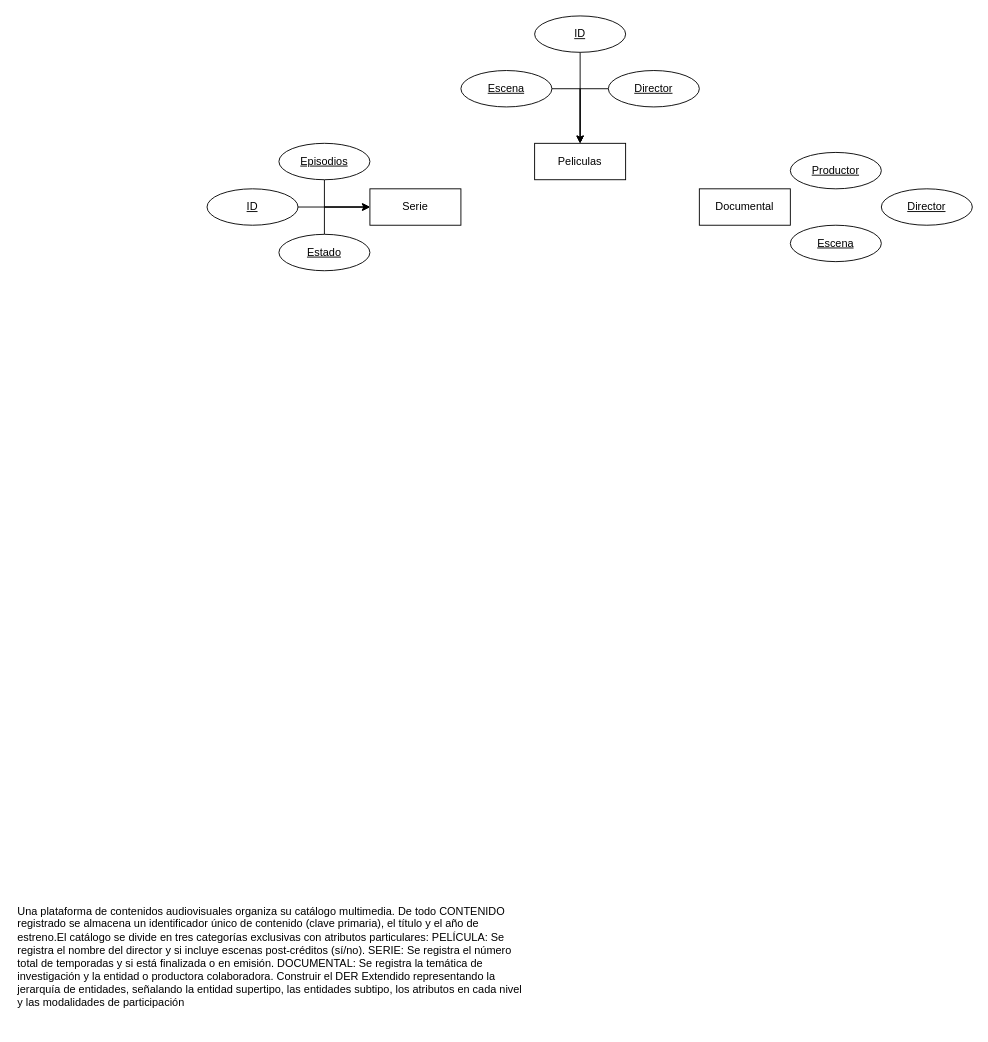
Earlier version of the draw.io diagram page "Página-5" (5 of 9) of Bases de datos/BBDD.drawio (vicpalger/DAM). Source tidied: cells renumbered, new cells numbered last; positions are measured from the earlier drawing's top-left corner, leaving out a move shared by most shapes. Both pictures are drawn from the tidied source at 91%, with x=0, y=0 at pixel (15, 15).
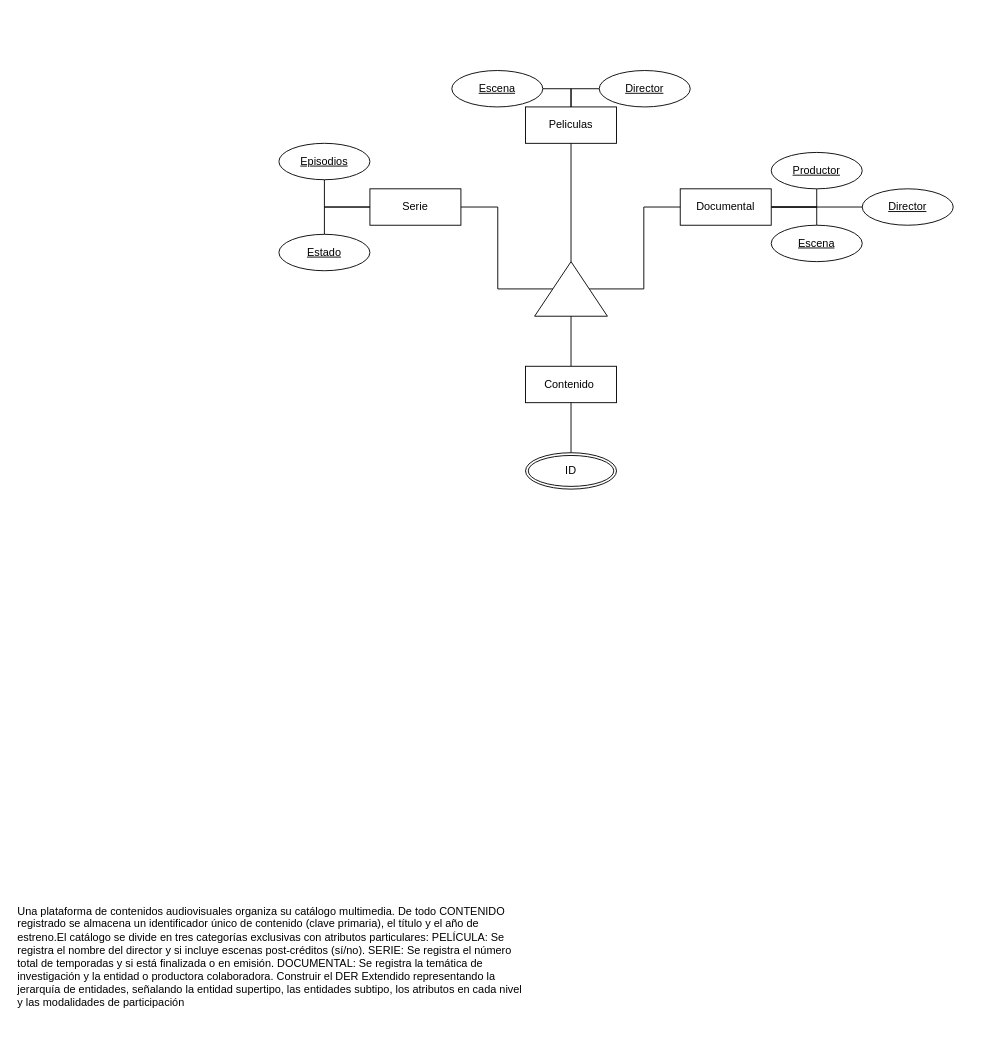
The same diagram, later.

Commit message:
Entornos de desarrollo Jueves 12:10

Unchanged cells that the change refers to:
```xml
<mxCell id="4" value="Serie" style="whiteSpace=wrap;html=1;align=center;" parent="1" vertex="1">
  <mxGeometry x="389" y="190" width="100" height="40" as="geometry" />
</mxCell>
<mxCell id="15" value="Episodios" style="ellipse;whiteSpace=wrap;html=1;align=center;fontStyle=20;" parent="1" vertex="1">
  <mxGeometry x="289" y="140" width="100" height="40" as="geometry" />
</mxCell>
<mxCell id="17" value="Estado" style="ellipse;whiteSpace=wrap;html=1;align=center;fontStyle=20;" parent="1" vertex="1">
  <mxGeometry x="289" y="240" width="100" height="40" as="geometry" />
</mxCell>
```

What changed in the source:
```diff
@@
     <mxCell id="3" value="Peliculas" style="whiteSpace=wrap;html=1;align=center;" parent="1" vertex="1">
-      <mxGeometry x="570" y="140" width="100" height="40" as="geometry" />
+      <mxGeometry x="560" y="100" width="100" height="40" as="geometry" />
     </mxCell>
@@
+    <mxCell id="21" style="edgeStyle=orthogonalEdgeStyle;rounded=0;jettySize=auto;html=1;exitX=1;exitY=0.5;exitDx=0;exitDy=0;entryX=0.5;entryY=1;entryDx=0;entryDy=0;endArrow=none;endFill=0;" parent="1" edge="1" source="5" target="18">
+      <mxGeometry relative="1" as="geometry" />
+    </mxCell>
+    <mxCell id="22" style="edgeStyle=orthogonalEdgeStyle;rounded=0;jettySize=auto;html=1;exitX=1;exitY=0.5;exitDx=0;exitDy=0;endArrow=none;endFill=0;" parent="1" edge="1" source="5" target="19">
+      <mxGeometry relative="1" as="geometry" />
+    </mxCell>
+    <mxCell id="23" style="edgeStyle=orthogonalEdgeStyle;rounded=0;jettySize=auto;html=1;exitX=1;exitY=0.5;exitDx=0;exitDy=0;entryX=0.5;entryY=0;entryDx=0;entryDy=0;endArrow=none;endFill=0;" parent="1" edge="1" source="5" target="20">
+      <mxGeometry relative="1" as="geometry" />
+    </mxCell>
     <mxCell id="5" value="Documental" style="whiteSpace=wrap;html=1;align=center;" parent="1" vertex="1">
-      <mxGeometry x="751" y="190" width="100" height="40" as="geometry" />
+      <mxGeometry x="730" y="190" width="100" height="40" as="geometry" />
     </mxCell>
-    <mxCell id="6" style="edgeStyle=orthogonalEdgeStyle;rounded=0;jettySize=auto;html=1;exitX=0.5;exitY=1;exitDx=0;exitDy=0;" parent="1" edge="1" source="7" target="3">
-      <mxGeometry relative="1" as="geometry" />
-    </mxCell>
-    <mxCell id="7" value="ID" style="ellipse;whiteSpace=wrap;html=1;align=center;fontStyle=20;" parent="1" vertex="1">
-      <mxGeometry x="570" width="100" height="40" as="geometry" />
-    </mxCell>
-    <mxCell id="8" style="edgeStyle=orthogonalEdgeStyle;rounded=0;jettySize=auto;html=1;exitX=0;exitY=0.5;exitDx=0;exitDy=0;" parent="1" edge="1" source="9" target="3">
+    <mxCell id="8" style="edgeStyle=orthogonalEdgeStyle;rounded=0;jettySize=auto;html=1;exitX=0;exitY=0.5;exitDx=0;exitDy=0;endArrow=none;endFill=0;" parent="1" edge="1" source="9" target="3">
       <mxGeometry relative="1" as="geometry" />
     </mxCell>
     <mxCell id="9" value="Director" style="ellipse;whiteSpace=wrap;html=1;align=center;fontStyle=20;" parent="1" vertex="1">
-      <mxGeometry x="651" y="60" width="100" height="40" as="geometry" />
+      <mxGeometry x="641" y="60" width="100" height="40" as="geometry" />
     </mxCell>
-    <mxCell id="10" style="edgeStyle=orthogonalEdgeStyle;rounded=0;jettySize=auto;html=1;exitX=1;exitY=0.5;exitDx=0;exitDy=0;" parent="1" edge="1" source="11" target="3">
+    <mxCell id="10" style="edgeStyle=orthogonalEdgeStyle;rounded=0;jettySize=auto;html=1;exitX=1;exitY=0.5;exitDx=0;exitDy=0;endArrow=none;endFill=0;" parent="1" edge="1" source="11" target="3">
       <mxGeometry relative="1" as="geometry" />
     </mxCell>
     <mxCell id="11" value="Escena" style="ellipse;whiteSpace=wrap;html=1;align=center;fontStyle=20;" parent="1" vertex="1">
-      <mxGeometry x="489" y="60" width="100" height="40" as="geometry" />
+      <mxGeometry x="479" y="60" width="100" height="40" as="geometry" />
     </mxCell>
-    <mxCell id="12" style="edgeStyle=orthogonalEdgeStyle;rounded=0;jettySize=auto;html=1;exitX=1;exitY=0.5;exitDx=0;exitDy=0;entryX=0;entryY=0.5;entryDx=0;entryDy=0;" parent="1" edge="1" source="13" target="4">
-      <mxGeometry relative="1" as="geometry" />
-    </mxCell>
-    <mxCell id="13" value="ID" style="ellipse;whiteSpace=wrap;html=1;align=center;fontStyle=20;" parent="1" vertex="1">
-      <mxGeometry x="210" y="190" width="100" height="40" as="geometry" />
-    </mxCell>
-    <mxCell id="14" style="edgeStyle=orthogonalEdgeStyle;rounded=0;jettySize=auto;html=1;exitX=0.5;exitY=1;exitDx=0;exitDy=0;entryX=0;entryY=0.5;entryDx=0;entryDy=0;" parent="1" edge="1" source="15" target="4">
+    <mxCell id="14" style="edgeStyle=orthogonalEdgeStyle;rounded=0;jettySize=auto;html=1;exitX=0.5;exitY=1;exitDx=0;exitDy=0;entryX=0;entryY=0.5;entryDx=0;entryDy=0;endArrow=none;endFill=0;" parent="1" edge="1" source="15" target="4">
       <mxGeometry relative="1" as="geometry" />
     </mxCell>
@@
-    <mxCell id="16" style="edgeStyle=orthogonalEdgeStyle;rounded=0;jettySize=auto;html=1;exitX=0.5;exitY=0;exitDx=0;exitDy=0;entryX=0;entryY=0.5;entryDx=0;entryDy=0;" parent="1" edge="1" source="17" target="4">
+    <mxCell id="16" style="edgeStyle=orthogonalEdgeStyle;rounded=0;jettySize=auto;html=1;exitX=0.5;exitY=0;exitDx=0;exitDy=0;entryX=0;entryY=0.5;entryDx=0;entryDy=0;endArrow=none;endFill=0;" parent="1" edge="1" source="17" target="4">
       <mxGeometry relative="1" as="geometry" />
     </mxCell>
@@
     <mxCell id="18" value="Productor" style="ellipse;whiteSpace=wrap;html=1;align=center;fontStyle=20;" parent="1" vertex="1">
-      <mxGeometry x="851" y="150" width="100" height="40" as="geometry" />
+      <mxGeometry x="830" y="150" width="100" height="40" as="geometry" />
     </mxCell>
     <mxCell id="19" value="Director" style="ellipse;whiteSpace=wrap;html=1;align=center;fontStyle=20;" parent="1" vertex="1">
-      <mxGeometry x="951" y="190" width="100" height="40" as="geometry" />
+      <mxGeometry x="930" y="190" width="100" height="40" as="geometry" />
     </mxCell>
     <mxCell id="20" value="Escena" style="ellipse;whiteSpace=wrap;html=1;align=center;fontStyle=20;" parent="1" vertex="1">
-      <mxGeometry x="851" y="230" width="100" height="40" as="geometry" />
+      <mxGeometry x="830" y="230" width="100" height="40" as="geometry" />
     </mxCell>
+    <mxCell id="24" style="edgeStyle=orthogonalEdgeStyle;rounded=0;jettySize=auto;html=1;exitX=0.5;exitY=1;exitDx=0;exitDy=0;entryX=0;entryY=0.5;entryDx=0;entryDy=0;endArrow=none;endFill=0;" parent="1" edge="1" source="27" target="5">
+      <mxGeometry relative="1" as="geometry" />
+    </mxCell>
+    <mxCell id="25" style="edgeStyle=orthogonalEdgeStyle;rounded=0;jettySize=auto;html=1;exitX=0.5;exitY=0;exitDx=0;exitDy=0;entryX=1;entryY=0.5;entryDx=0;entryDy=0;endArrow=none;endFill=0;" parent="1" edge="1" source="27" target="4">
+      <mxGeometry relative="1" as="geometry" />
+    </mxCell>
+    <mxCell id="26" style="edgeStyle=orthogonalEdgeStyle;rounded=0;jettySize=auto;html=1;exitX=1;exitY=0.5;exitDx=0;exitDy=0;entryX=0.5;entryY=1;entryDx=0;entryDy=0;endArrow=none;endFill=0;" parent="1" edge="1" source="27" target="3">
+      <mxGeometry relative="1" as="geometry" />
+    </mxCell>
+    <mxCell id="27" style="triangle;whiteSpace=wrap;html=1;shapeInside=1;rotation=-90;" parent="1" vertex="1">
+      <mxGeometry x="580" y="260" width="60" height="80" as="geometry" />
+    </mxCell>
+    <mxCell id="28" style="edgeStyle=orthogonalEdgeStyle;rounded=0;jettySize=auto;html=1;exitX=0.5;exitY=0;exitDx=0;exitDy=0;entryX=0;entryY=0.5;entryDx=0;entryDy=0;endArrow=none;endFill=0;" parent="1" edge="1" source="29" target="27">
+      <mxGeometry relative="1" as="geometry" />
+    </mxCell>
+    <mxCell id="29" value="Contenido&amp;nbsp;" style="whiteSpace=wrap;html=1;align=center;" parent="1" vertex="1">
+      <mxGeometry x="560" y="385" width="100" height="40" as="geometry" />
+    </mxCell>
+    <mxCell id="30" style="edgeStyle=orthogonalEdgeStyle;rounded=0;jettySize=auto;html=1;exitX=0.5;exitY=0;exitDx=0;exitDy=0;entryX=0.5;entryY=1;entryDx=0;entryDy=0;endArrow=none;endFill=0;" parent="1" edge="1" source="31" target="29">
+      <mxGeometry relative="1" as="geometry" />
+    </mxCell>
+    <mxCell id="31" value="ID" style="ellipse;shape=doubleEllipse;margin=3;whiteSpace=wrap;html=1;align=center;" parent="1" vertex="1">
+      <mxGeometry x="560" y="480" width="100" height="40" as="geometry" />
+    </mxCell>
```
